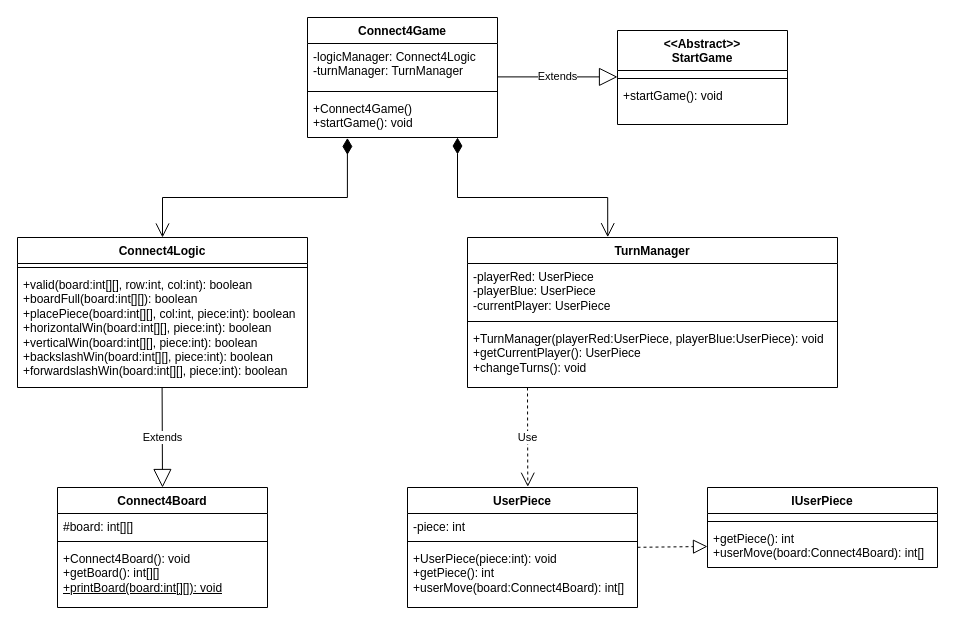
Earlier version of the draw.io diagram class diagrams/class_diagram_connect4.drawio (aeMyst/Minigame-Portal). Source tidied: cells renumbered, new cells numbered last; positions are measured from the earlier drawing's top-left corner, leaving out a move shared by most shapes. Both pictures are drawn from the tidied source at 100%, with x=0, y=0 at pixel (17, 17).
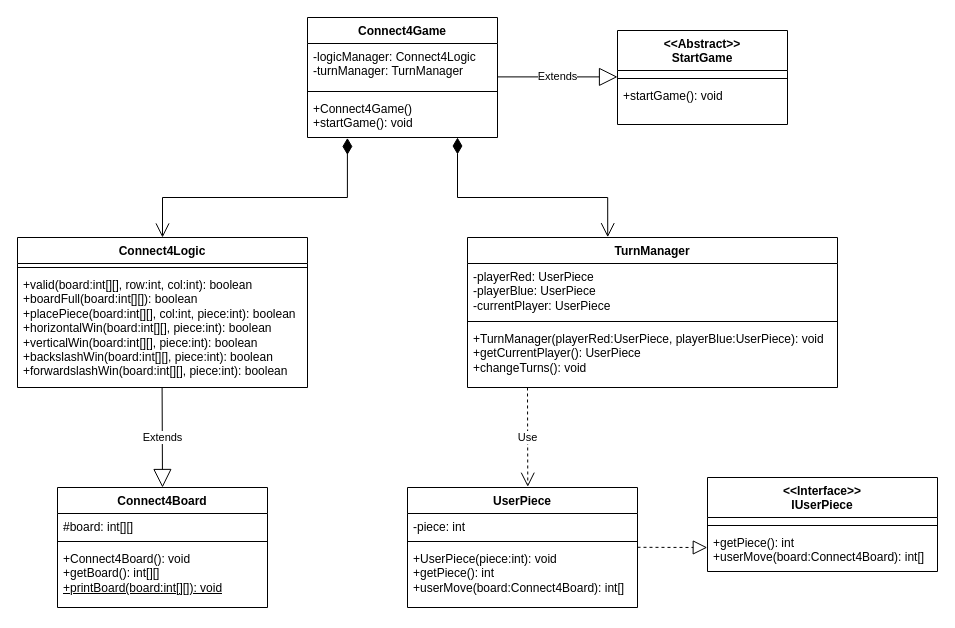
The same diagram, later.

Commit message (it also covers changes not shown here):
missing interface title added to class diagram for connect4

The edit, as a diff of the source:
```diff
@@
-    <mxCell id="13" value="IUserPiece" style="swimlane;fontStyle=1;align=center;verticalAlign=top;horizontal=1;startSize=26;whiteSpace=wrap;html=1;" parent="1" vertex="1">
-      <mxGeometry x="690" y="470" width="230" height="80" as="geometry" />
+    <mxCell id="13" value="&lt;div&gt;&amp;lt;&amp;lt;Interface&amp;gt;&amp;gt;&lt;/div&gt;IUserPiece" style="swimlane;fontStyle=1;align=center;verticalAlign=top;horizontal=1;startSize=40;whiteSpace=wrap;html=1;" parent="1" vertex="1">
+      <mxGeometry x="690" y="460" width="230" height="94" as="geometry" />
     </mxCell>
     <mxCell id="14" value="&lt;div&gt;&lt;br&gt;&lt;/div&gt;" style="text;strokeColor=none;fillColor=none;align=left;verticalAlign=top;spacingLeft=4;spacingRight=4;overflow=hidden;whiteSpace=wrap;html=1;" parent="13" vertex="1">
-      <mxGeometry y="26" width="230" height="4" as="geometry" />
+      <mxGeometry y="40" width="230" height="4" as="geometry" />
     </mxCell>
     <mxCell id="15" style="line;strokeWidth=1;fillColor=none;align=left;verticalAlign=middle;spacingTop=-1;spacingLeft=3;spacingRight=3;labelPosition=right;strokeColor=inherit;" parent="13" vertex="1">
-      <mxGeometry y="30" width="230" height="8" as="geometry" />
+      <mxGeometry y="44" width="230" height="8" as="geometry" />
     </mxCell>
     <mxCell id="16" value="+getPiece(): int&lt;div&gt;+userMove(board:Connect4Board): int[]&lt;/div&gt;" style="text;strokeColor=none;fillColor=none;align=left;verticalAlign=top;spacingLeft=4;spacingRight=4;overflow=hidden;points=[[0,0.5],[1,0.5]];portConstraint=eastwest;whiteSpace=wrap;html=1;" parent="13" vertex="1">
-      <mxGeometry y="38" width="230" height="42" as="geometry" />
+      <mxGeometry y="52" width="230" height="42" as="geometry" />
     </mxCell>
@@
-    <mxCell id="32" style="endArrow=block;dashed=1;endFill=0;endSize=12;html=1;rounded=0;entryX=0;entryY=0.5;entryDx=0;entryDy=0;" parent="1" edge="1" target="16">
+    <mxCell id="32" style="endArrow=block;dashed=1;endFill=0;endSize=12;html=1;rounded=0;entryX=-0.001;entryY=0.429;entryDx=0;entryDy=0;entryPerimeter=0;" parent="1" edge="1" target="16">
       <mxGeometry relative="1" as="geometry">
         <mxPoint x="620" y="529.8" as="sourcePoint" />
       </mxGeometry>
     </mxCell>
```
